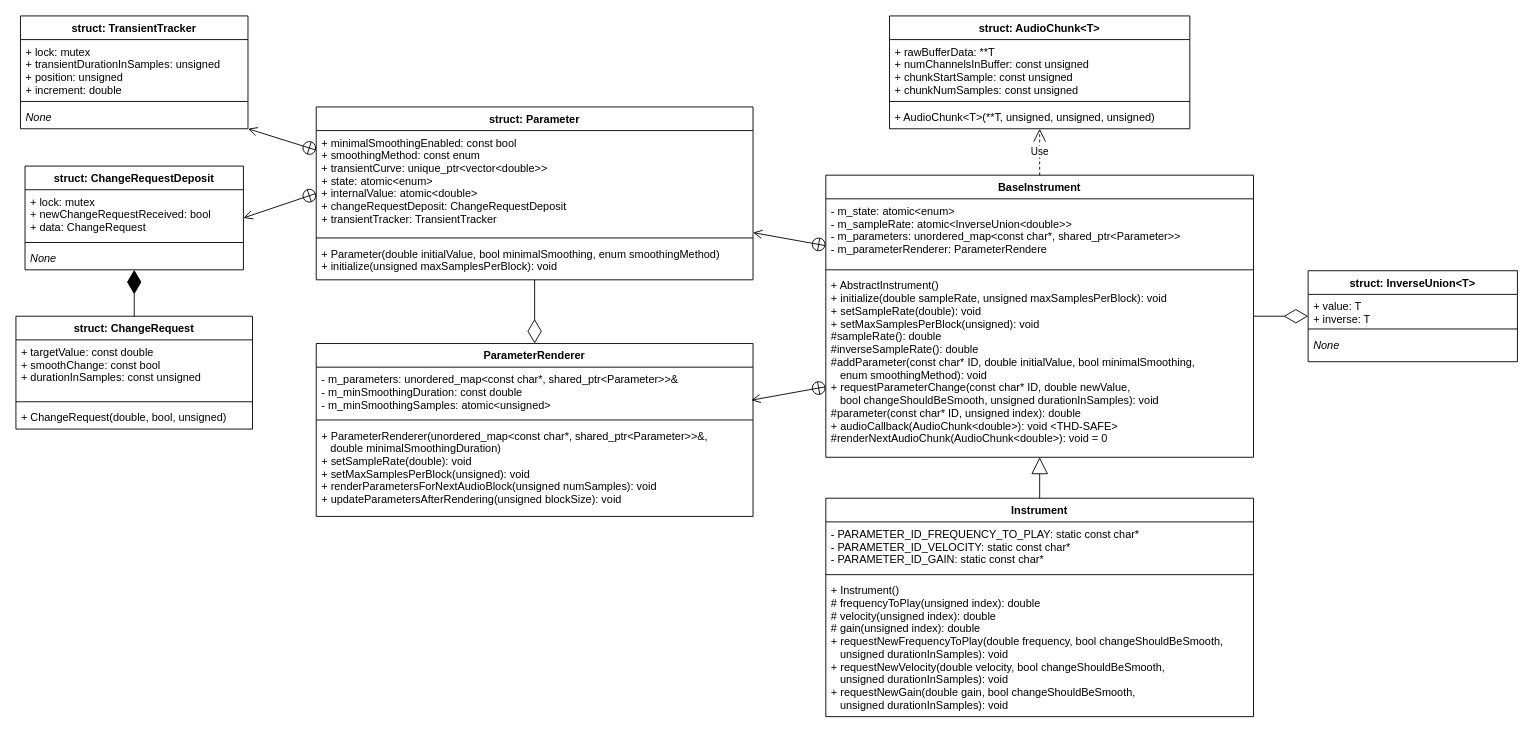
This is source/core/instrument/_design/Instrument.drawio from ANGLE-Studios/ANGLECORE, a draw.io file, before an edit. Source tidied: cells renumbered, new cells numbered last; positions are measured from the earlier drawing's top-left corner, leaving out a move shared by most shapes. Both pictures are drawn from the tidied source at 91%, with x=0, y=0 at pixel (15, 15).
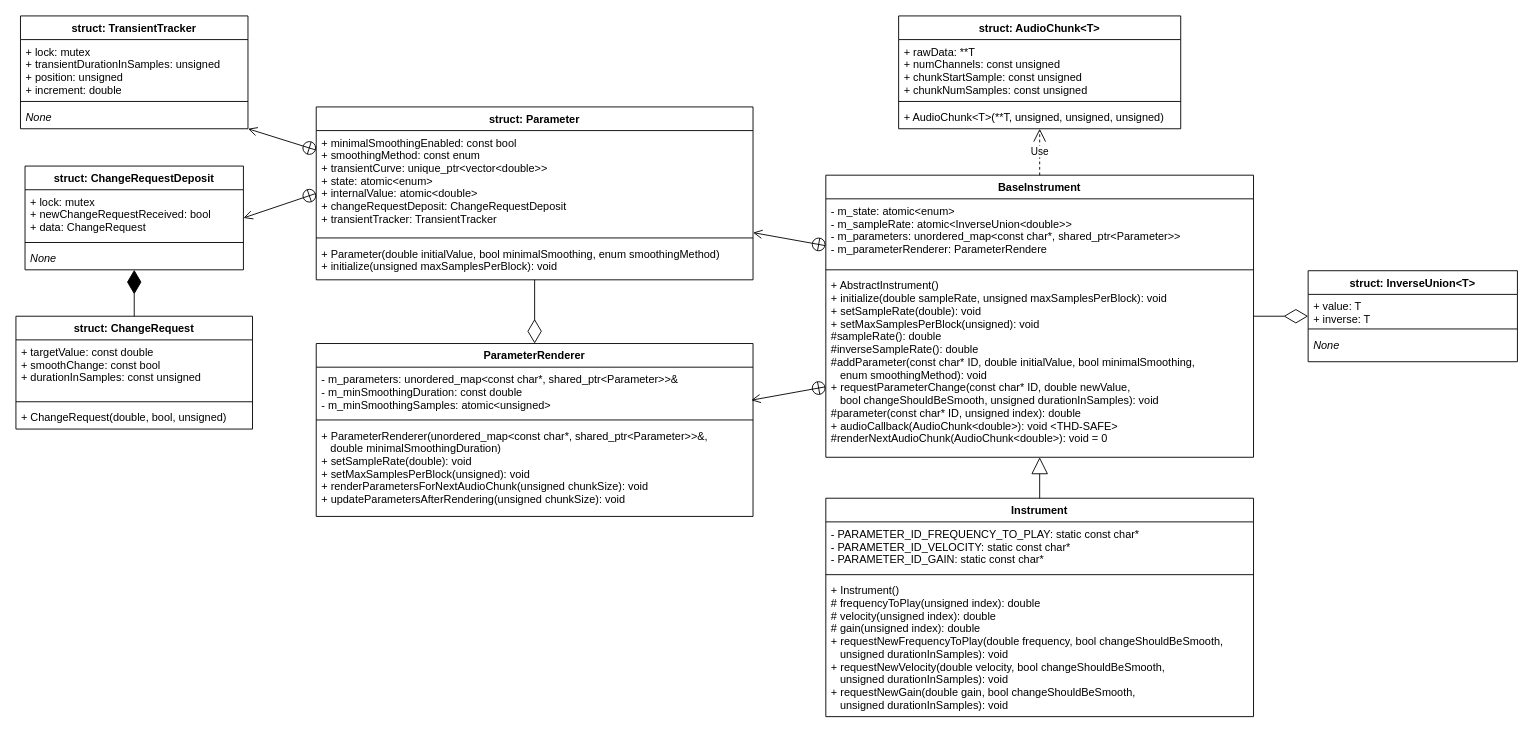
Above is the later version.

Commit message (it also covers changes not shown here):
Adapted the design to the concept of audio chunks

Unchanged cells that the change refers to:
```xml
<mxCell id="14" value="ParameterRenderer" style="swimlane;fontStyle=1;align=center;verticalAlign=top;horizontal=1;startSize=26;" parent="1" vertex="1">
  <mxGeometry x="330" y="360" width="480" height="190" as="geometry" />
</mxCell>
```

Diff of the diagram source:
```diff
@@
     <mxCell id="6" value="struct: AudioChunk&lt;T&gt;" style="swimlane;fontStyle=1;align=center;verticalAlign=top;horizontal=1;startSize=26;" parent="1" vertex="1">
-      <mxGeometry x="960" width="330" height="124" as="geometry" />
+      <mxGeometry x="970" width="310" height="124" as="geometry" />
     </mxCell>
-    <mxCell id="7" value="+ rawBufferData: **T&#10;+ numChannelsInBuffer: const unsigned&#10;+ chunkStartSample: const unsigned&#10;+ chunkNumSamples: const unsigned&#10;&#10;" style="text;strokeColor=none;fillColor=none;align=left;verticalAlign=top;spacingLeft=4;spacingRight=4;overflow=hidden;fontStyle=0;" parent="6" vertex="1">
-      <mxGeometry y="26" width="330" height="64" as="geometry" />
+    <mxCell id="7" value="+ rawData: **T&#10;+ numChannels: const unsigned&#10;+ chunkStartSample: const unsigned&#10;+ chunkNumSamples: const unsigned&#10;&#10;" style="text;strokeColor=none;fillColor=none;align=left;verticalAlign=top;spacingLeft=4;spacingRight=4;overflow=hidden;fontStyle=0;" parent="6" vertex="1">
+      <mxGeometry y="26" width="310" height="64" as="geometry" />
     </mxCell>
     <mxCell id="8" style="line;strokeWidth=1;fillColor=none;align=left;verticalAlign=middle;spacingTop=-1;spacingLeft=3;spacingRight=3;labelPosition=right;" parent="6" vertex="1">
-      <mxGeometry y="90" width="330" height="8" as="geometry" />
+      <mxGeometry y="90" width="310" height="8" as="geometry" />
     </mxCell>
     <mxCell id="9" value="+ AudioChunk&lt;T&gt;(**T, unsigned, unsigned, unsigned)" style="text;strokeColor=none;fillColor=none;align=left;verticalAlign=top;spacingLeft=4;spacingRight=4;overflow=hidden;fontStyle=0;" parent="6" vertex="1">
-      <mxGeometry y="98" width="330" height="26" as="geometry" />
+      <mxGeometry y="98" width="310" height="26" as="geometry" />
     </mxCell>
@@
-    <mxCell id="17" value="+ ParameterRenderer(unordered_map&lt;const char*, shared_ptr&lt;Parameter&gt;&gt;&amp;,&#10;   double minimalSmoothingDuration)&#10;+ setSampleRate(double): void&#10;+ setMaxSamplesPerBlock(unsigned): void&#10;+ renderParametersForNextAudioBlock(unsigned numSamples): void&#10;+ updateParametersAfterRendering(unsigned blockSize): void&#10;" style="text;strokeColor=none;fillColor=none;align=left;verticalAlign=top;spacingLeft=4;spacingRight=4;overflow=hidden;fontStyle=0;" parent="14" vertex="1">
+    <mxCell id="17" value="+ ParameterRenderer(unordered_map&lt;const char*, shared_ptr&lt;Parameter&gt;&gt;&amp;,&#10;   double minimalSmoothingDuration)&#10;+ setSampleRate(double): void&#10;+ setMaxSamplesPerBlock(unsigned): void&#10;+ renderParametersForNextAudioChunk(unsigned chunkSize): void&#10;+ updateParametersAfterRendering(unsigned chunkSize): void&#10;" style="text;strokeColor=none;fillColor=none;align=left;verticalAlign=top;spacingLeft=4;spacingRight=4;overflow=hidden;fontStyle=0;" parent="14" vertex="1">
       <mxGeometry y="88" width="480" height="102" as="geometry" />
     </mxCell>
```
